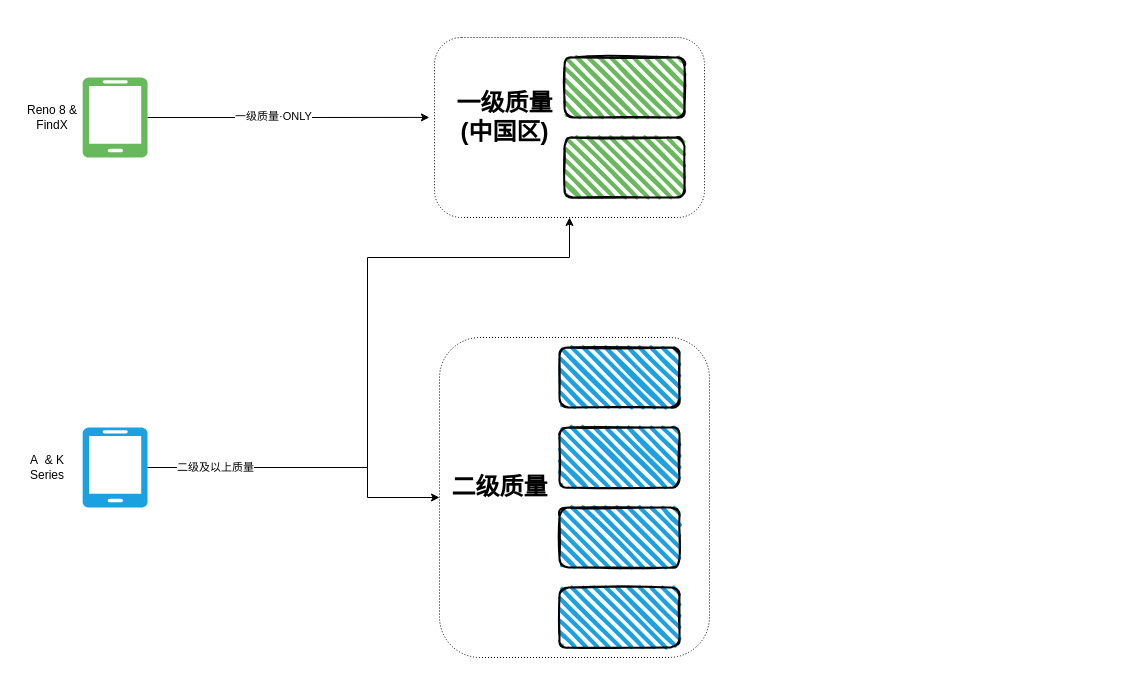
This is universal-engine/锁屏质量分级.drawio from karlchan-cn/drawio-repository, a draw.io file, before an edit. Source tidied: cells renumbered, new cells numbered last; positions are measured from the earlier drawing's top-left corner, leaving out a move shared by most shapes. Both pictures are drawn from the tidied source at 100%, with x=0, y=0 at pixel (17, 37).
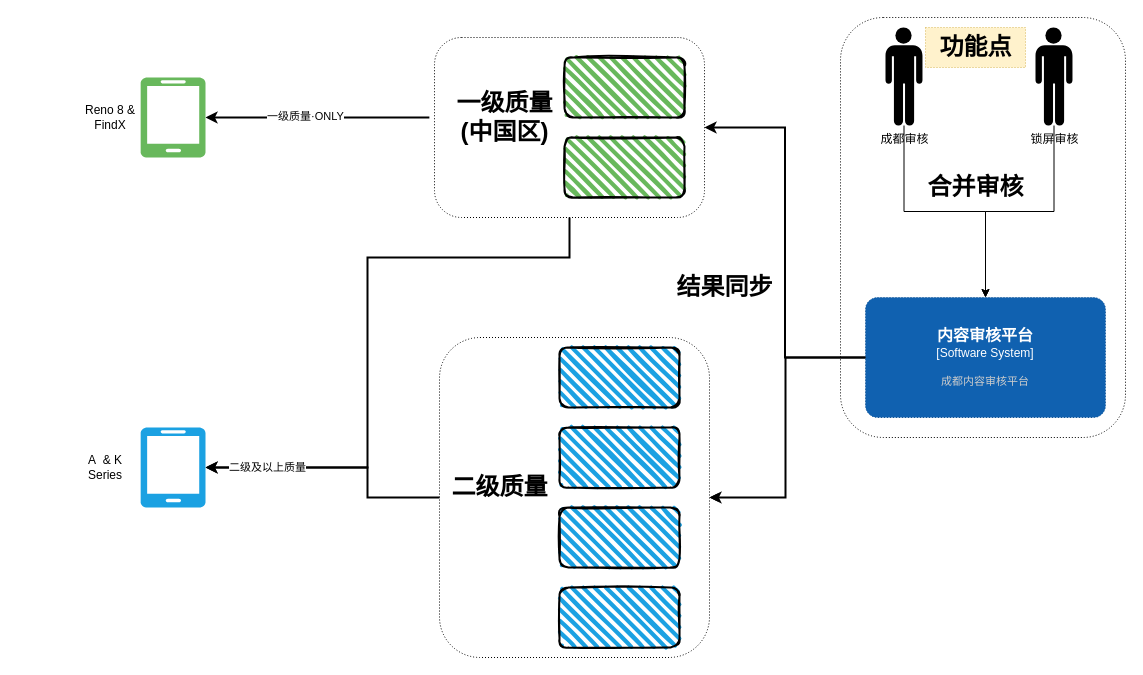
After the change.

Commit message:
Update 锁屏质量分级.drawio

Diff of the diagram source:
```diff
@@
+    <mxCell id="21" style="rounded=1;whiteSpace=wrap;html=1;fillColor=none;dashed=1;dashPattern=1 2;" parent="1" vertex="1">
+      <mxGeometry x="823" y="-20" width="285" height="420" as="geometry" />
+    </mxCell>
+    <mxCell id="15" style="rounded=1;whiteSpace=wrap;html=1;fillColor=none;dashed=1;dashPattern=1 2;" parent="1" vertex="1">
+      <mxGeometry x="422" y="300" width="270" height="320" as="geometry" />
+    </mxCell>
+    <mxCell id="17" style="rounded=1;whiteSpace=wrap;html=1;fillColor=none;dashed=1;dashPattern=1 2;" parent="1" vertex="1">
+      <mxGeometry x="417" width="270" height="180" as="geometry" />
+    </mxCell>
@@
-    <mxCell id="8" style="edgeStyle=orthogonalEdgeStyle;rounded=0;jettySize=auto;html=1;entryX=-0.019;entryY=0.444;entryDx=0;entryDy=0;entryPerimeter=0;" parent="1" edge="1" source="10" target="17">
+    <mxCell id="8" style="edgeStyle=orthogonalEdgeStyle;rounded=0;jettySize=auto;html=1;entryX=-0.019;entryY=0.444;entryDx=0;entryDy=0;entryPerimeter=0;startArrow=classic;startFill=1;endArrow=none;endFill=0;strokeWidth=2;" parent="1" edge="1" source="10" target="17">
       <mxGeometry relative="1" as="geometry" />
     </mxCell>
@@
     <mxCell id="10" style="verticalLabelPosition=bottom;html=1;verticalAlign=top;align=center;strokeColor=none;fillColor=#68B85C;shape=mxgraph.azure.mobile;" parent="1" vertex="1">
-      <mxGeometry x="65" y="40" width="65" height="80" as="geometry" />
+      <mxGeometry x="123" y="40" width="65" height="80" as="geometry" />
     </mxCell>
-    <mxCell id="11" style="edgeStyle=orthogonalEdgeStyle;rounded=0;jettySize=auto;html=1;" parent="1" edge="1" source="14" target="15">
+    <mxCell id="11" style="edgeStyle=orthogonalEdgeStyle;rounded=0;jettySize=auto;html=1;strokeWidth=2;endArrow=none;endFill=0;startArrow=classic;startFill=1;" parent="1" edge="1" source="14" target="15">
       <mxGeometry relative="1" as="geometry">
         <Array as="points">
           <mxPoint x="350" y="430" />
           <mxPoint x="350" y="460" />
         </Array>
       </mxGeometry>
     </mxCell>
-    <mxCell id="12" style="edgeStyle=orthogonalEdgeStyle;rounded=0;jettySize=auto;html=1;entryX=0.5;entryY=1;entryDx=0;entryDy=0;exitX=1;exitY=0.5;exitDx=0;exitDy=0;exitPerimeter=0;" parent="1" edge="1" source="14" target="17">
+    <mxCell id="12" style="edgeStyle=orthogonalEdgeStyle;rounded=0;jettySize=auto;html=1;entryX=0.5;entryY=1;entryDx=0;entryDy=0;exitX=1;exitY=0.5;exitDx=0;exitDy=0;exitPerimeter=0;strokeWidth=2;endArrow=none;endFill=0;startArrow=classic;startFill=1;" parent="1" edge="1" source="14" target="17">
       <mxGeometry relative="1" as="geometry">
         <Array as="points">
           <mxPoint x="350" y="430" />
           <mxPoint x="350" y="220" />
           <mxPoint x="552" y="220" />
         </Array>
       </mxGeometry>
     </mxCell>
@@
     <mxCell id="14" style="verticalLabelPosition=bottom;html=1;verticalAlign=top;align=center;strokeColor=none;fillColor=#1BA1E2;shape=mxgraph.azure.mobile;" parent="1" vertex="1">
-      <mxGeometry x="65" y="390" width="65" height="80" as="geometry" />
+      <mxGeometry x="123" y="390" width="65" height="80" as="geometry" />
     </mxCell>
-    <mxCell id="15" style="rounded=1;whiteSpace=wrap;html=1;fillColor=none;dashed=1;dashPattern=1 2;" parent="1" vertex="1">
-      <mxGeometry x="422" y="300" width="270" height="320" as="geometry" />
-    </mxCell>
@@
-    <mxCell id="17" style="rounded=1;whiteSpace=wrap;html=1;fillColor=none;dashed=1;dashPattern=1 2;" parent="1" vertex="1">
-      <mxGeometry x="417" width="270" height="180" as="geometry" />
-    </mxCell>
@@
     <mxCell id="19" value="Reno 8 &amp;amp; FindX" style="text;html=1;strokeColor=none;fillColor=none;align=center;verticalAlign=middle;whiteSpace=wrap;rounded=0;dashed=1;dashPattern=1 2;" parent="1" vertex="1">
-      <mxGeometry x="5" y="65" width="60" height="30" as="geometry" />
+      <mxGeometry x="63" y="65" width="60" height="30" as="geometry" />
     </mxCell>
     <mxCell id="20" value="A&amp;nbsp; &amp;amp; K Series" style="text;html=1;strokeColor=none;fillColor=none;align=center;verticalAlign=middle;whiteSpace=wrap;rounded=0;dashed=1;dashPattern=1 2;" parent="1" vertex="1">
-      <mxGeometry y="415" width="60" height="30" as="geometry" />
+      <mxGeometry x="58" y="415" width="60" height="30" as="geometry" />
     </mxCell>
+    <mxCell id="22" style="edgeStyle=orthogonalEdgeStyle;rounded=0;jettySize=auto;html=1;entryX=0.5;entryY=0;entryDx=0;entryDy=0;entryPerimeter=0;" parent="1" edge="1" source="23" target="28">
+      <mxGeometry relative="1" as="geometry" />
+    </mxCell>
+    <mxCell id="23" value="成都审核" style="shape=mxgraph.signs.people.man_1;html=1;fillColor=#000000;strokeColor=none;verticalLabelPosition=bottom;verticalAlign=top;align=center;dashed=1;dashPattern=1 2;" parent="1" vertex="1">
+      <mxGeometry x="868" y="-10" width="37" height="98" as="geometry" />
+    </mxCell>
+    <mxCell id="24" style="edgeStyle=orthogonalEdgeStyle;rounded=0;jettySize=auto;html=1;entryX=0.5;entryY=0;entryDx=0;entryDy=0;entryPerimeter=0;" parent="1" edge="1" source="25" target="28">
+      <mxGeometry relative="1" as="geometry" />
+    </mxCell>
+    <mxCell id="25" value="锁屏审核" style="shape=mxgraph.signs.people.man_1;html=1;fillColor=#000000;strokeColor=none;verticalLabelPosition=bottom;verticalAlign=top;align=center;dashed=1;dashPattern=1 2;" parent="1" vertex="1">
+      <mxGeometry x="1018" y="-10" width="37" height="98" as="geometry" />
+    </mxCell>
+    <mxCell id="26" style="edgeStyle=orthogonalEdgeStyle;rounded=0;jettySize=auto;html=1;entryX=1;entryY=0.5;entryDx=0;entryDy=0;" parent="1" edge="1" source="28" target="15">
+      <mxGeometry relative="1" as="geometry">
+        <Array as="points">
+          <mxPoint x="768" y="320" />
+          <mxPoint x="768" y="460" />
+        </Array>
+      </mxGeometry>
+    </mxCell>
+    <mxCell id="27" style="edgeStyle=orthogonalEdgeStyle;rounded=0;jettySize=auto;html=1;entryX=1;entryY=0.5;entryDx=0;entryDy=0;strokeWidth=2;" parent="1" edge="1" source="28" target="17">
+      <mxGeometry relative="1" as="geometry" />
+    </mxCell>
+    <object id="28" label="&lt;font style=&quot;font-size: 16px&quot;&gt;&lt;b&gt;%c4Name%&lt;/b&gt;&lt;/font&gt;&lt;div&gt;[%c4Type%]&lt;/div&gt;&lt;br&gt;&lt;div&gt;&lt;font style=&quot;font-size: 11px&quot;&gt;&lt;font color=&quot;#cccccc&quot;&gt;%c4Description%&lt;/font&gt;&lt;/div&gt;" c4Description="成都内容审核平台" c4Name="内容审核平台" c4Type="Software System" placeholders="1">
+      <mxCell style="rounded=1;whiteSpace=wrap;html=1;labelBackgroundColor=none;fillColor=#1061B0;fontColor=#ffffff;align=center;arcSize=10;strokeColor=#0D5091;points=[[0.25,0,0],[0.5,0,0],[0.75,0,0],[1,0.25,0],[1,0.5,0],[1,0.75,0],[0.75,1,0],[0.5,1,0],[0.25,1,0],[0,0.75,0],[0,0.5,0],[0,0.25,0]];dashed=1;dashPattern=1 2;" parent="1" vertex="1">
+        <mxGeometry x="848" y="260" width="240" height="120" as="geometry" />
+      </mxCell>
+    </object>
+    <mxCell id="29" value="合并审核" style="text;strokeColor=none;fillColor=none;html=1;fontSize=24;fontStyle=1;verticalAlign=middle;align=center;dashed=1;dashPattern=1 2;" parent="1" vertex="1">
+      <mxGeometry x="908" y="130" width="100" height="40" as="geometry" />
+    </mxCell>
+    <mxCell id="30" style="edgeStyle=orthogonalEdgeStyle;rounded=0;orthogonalLoop=1;jettySize=auto;html=1;entryX=1;entryY=0.5;entryDx=0;entryDy=0;strokeWidth=2;" parent="1" edge="1">
+      <mxGeometry relative="1" as="geometry">
+        <mxPoint x="848" y="320" as="sourcePoint" />
+        <mxPoint x="692" y="460" as="targetPoint" />
+        <Array as="points">
+          <mxPoint x="768" y="320" />
+          <mxPoint x="768" y="460" />
+        </Array>
+      </mxGeometry>
+    </mxCell>
+    <mxCell id="31" value="结果同步" style="text;strokeColor=none;fillColor=none;html=1;fontSize=24;fontStyle=1;verticalAlign=middle;align=center;dashed=1;dashPattern=1 2;" parent="1" vertex="1">
+      <mxGeometry x="667" y="230" width="80" height="40" as="geometry" />
+    </mxCell>
+    <mxCell id="32" value="功能点" style="text;strokeColor=#d6b656;fillColor=#fff2cc;html=1;fontSize=24;fontStyle=1;verticalAlign=middle;align=center;dashed=1;dashPattern=1 2;" parent="1" vertex="1">
+      <mxGeometry x="908" y="-10" width="100" height="40" as="geometry" />
+    </mxCell>
```
